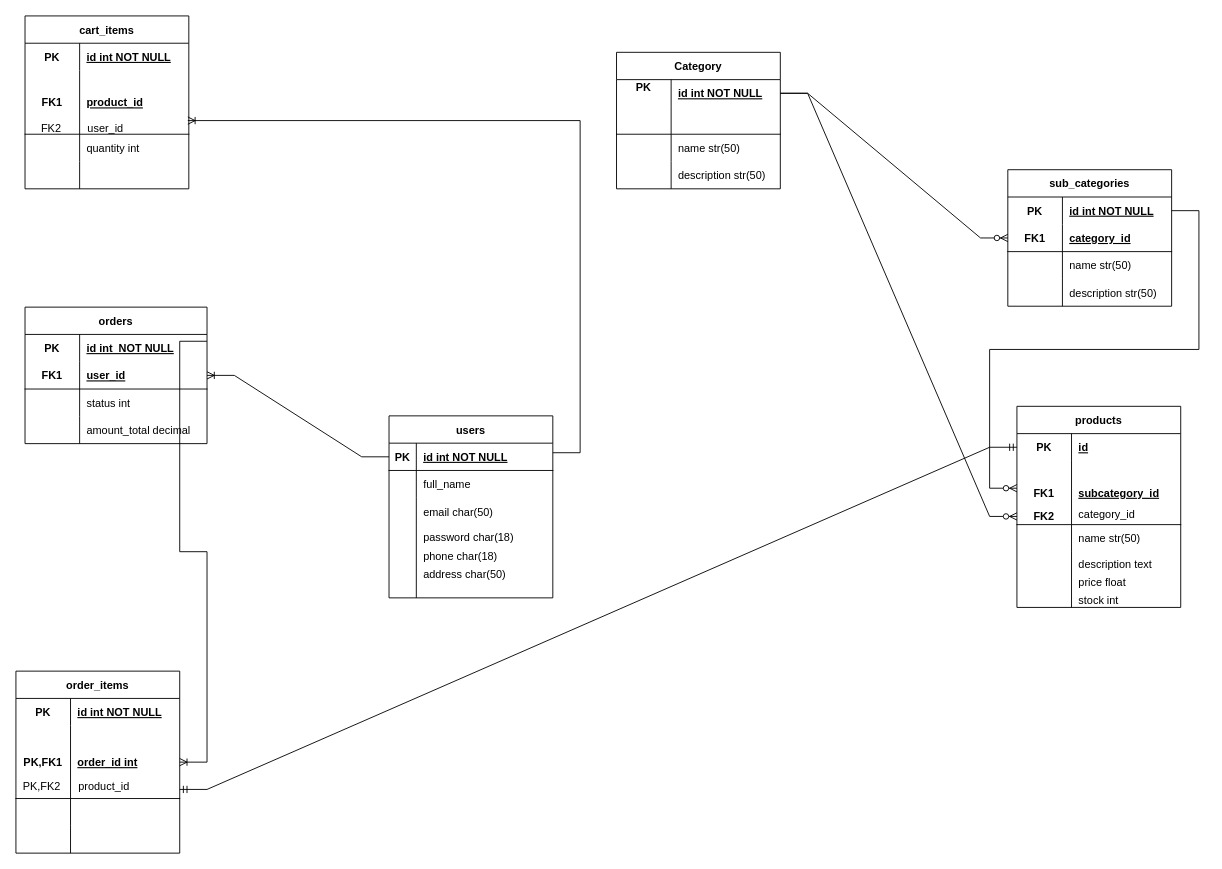
Earlier version of the draw.io diagram Untitled Diagram.drawio (MohammadFahad8/desertcart-front). Source tidied: cells renumbered, new cells numbered last; positions are measured from the earlier drawing's top-left corner, leaving out a move shared by most shapes. Both pictures are drawn from the tidied source at 91%, with x=0, y=0 at pixel (15, 15).
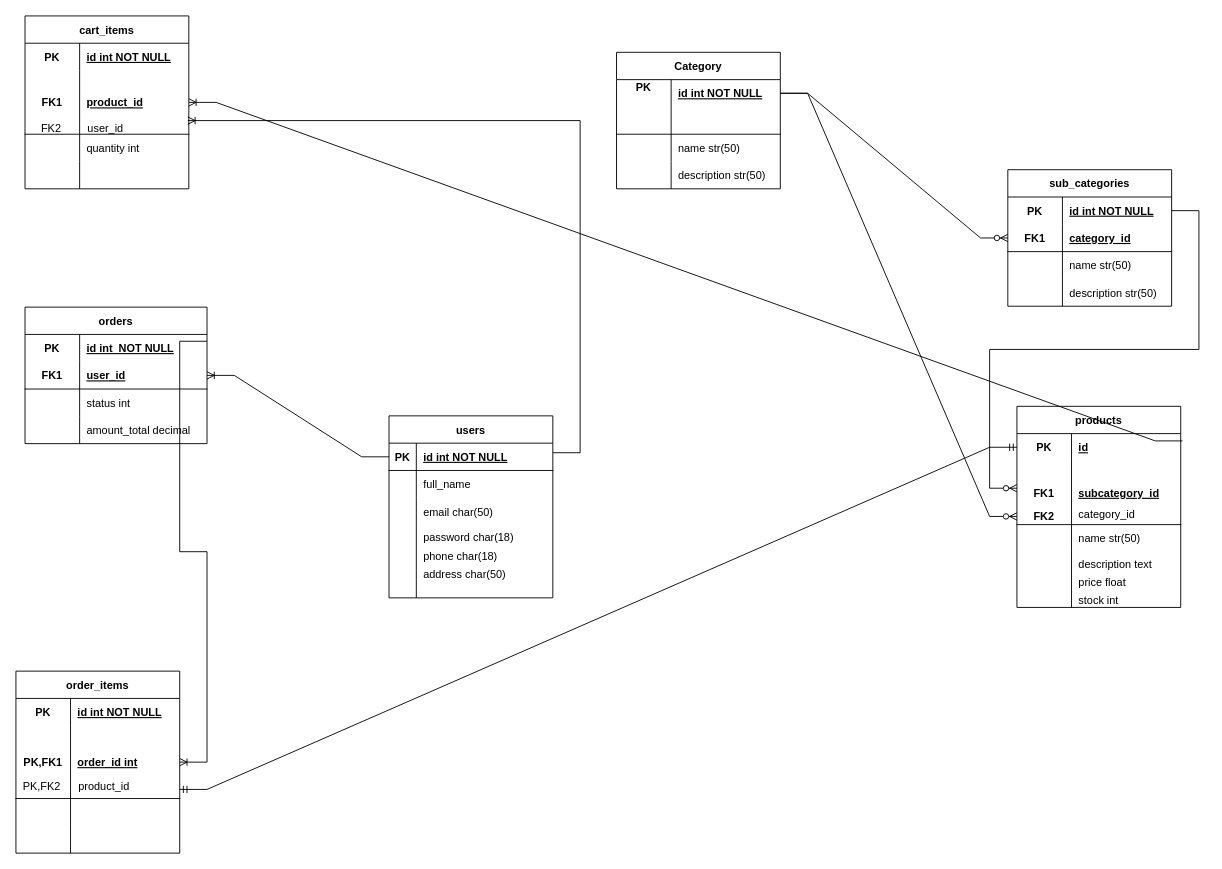
After the change.

The change refers to these unchanged cells:
```xml
<mxCell id="29" style="shape=tableRow;horizontal=0;startSize=0;swimlaneHead=0;swimlaneBody=0;fillColor=none;points=[[0,0.5],[1,0.5]];portConstraint=eastwest;top=0;left=0;right=0;bottom=0;" parent="28" vertex="1">
  <mxGeometry y="30" width="180" height="30" as="geometry" />
</mxCell>
<mxCell id="45" value="cart_items" style="shape=table;startSize=30;childLayout=tableLayout;rowLines=0;fontStyle=1;align=center;" parent="1" vertex="1">
  <mxGeometry x="10" width="180" height="190" as="geometry" />
</mxCell>
```

Change to the diagram source:
```diff
@@
+    <mxCell id="110" style="edgeStyle=entityRelationEdgeStyle;fontSize=12;html=1;endArrow=ERoneToMany;rounded=0;exitX=1.011;exitY=0.267;exitDx=0;exitDy=0;exitPerimeter=0;entryX=1;entryY=0.5;entryDx=0;entryDy=0;" parent="1" edge="1" source="29" target="45">
+      <mxGeometry relative="1" as="geometry" />
+    </mxCell>
```
